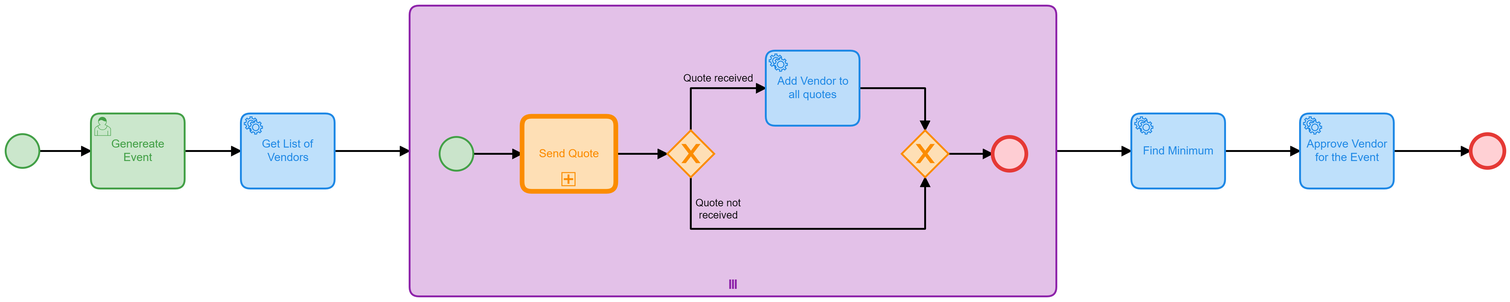
Earlier version of the BPMN export event_manager.png (waghvikrant/event_management). Its source is kept beside it as event_manager.bpmn. Ids are renumbered.
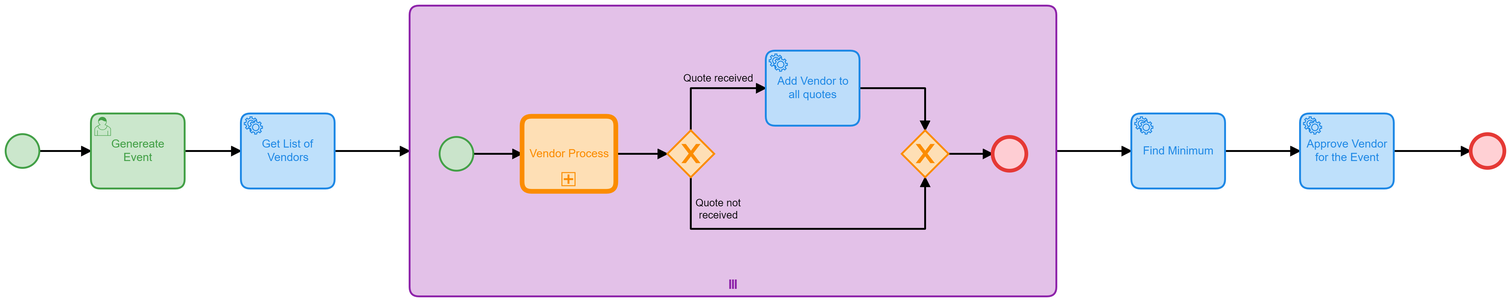
After the commit.

The edit, as a diff of the source:
```diff
@@ -10,6 +10,13 @@
     </bpmn:userTask>
     <bpmn:sequenceFlow id="SequenceFlow_n4" sourceRef="generateEventTask" targetRef="getListOfVendors" />
     <bpmn:serviceTask id="getListOfVendors" name="Get List of Vendors">
+      <bpmn:extensionElements>
+        <camunda:inputOutput>
+          <camunda:outputParameter name="list">
+            <camunda:list />
+          </camunda:outputParameter>
+        </camunda:inputOutput>
+      </bpmn:extensionElements>
       <bpmn:incoming>SequenceFlow_n4</bpmn:incoming>
       <bpmn:outgoing>SequenceFlow_n5</bpmn:outgoing>
     </bpmn:serviceTask>
@@ -17,12 +24,12 @@
     <bpmn:subProcess id="Task_n6">
       <bpmn:incoming>SequenceFlow_n5</bpmn:incoming>
       <bpmn:outgoing>SequenceFlow_n7</bpmn:outgoing>
-      <bpmn:multiInstanceLoopCharacteristics />
+      <bpmn:multiInstanceLoopCharacteristics camunda:collection="list" />
       <bpmn:startEvent id="StartEvent_n8">
         <bpmn:outgoing>SequenceFlow_n9</bpmn:outgoing>
       </bpmn:startEvent>
       <bpmn:sequenceFlow id="SequenceFlow_n9" sourceRef="StartEvent_n8" targetRef="Task_n10" />
-      <bpmn:callActivity id="Task_n10" name="Send Quote" calledElement="vendor">
+      <bpmn:callActivity id="Task_n10" name="Vendor Process" calledElement="vendor">
         <bpmn:incoming>SequenceFlow_n9</bpmn:incoming>
         <bpmn:outgoing>SequenceFlow_n11</bpmn:outgoing>
       </bpmn:callActivity>
```
